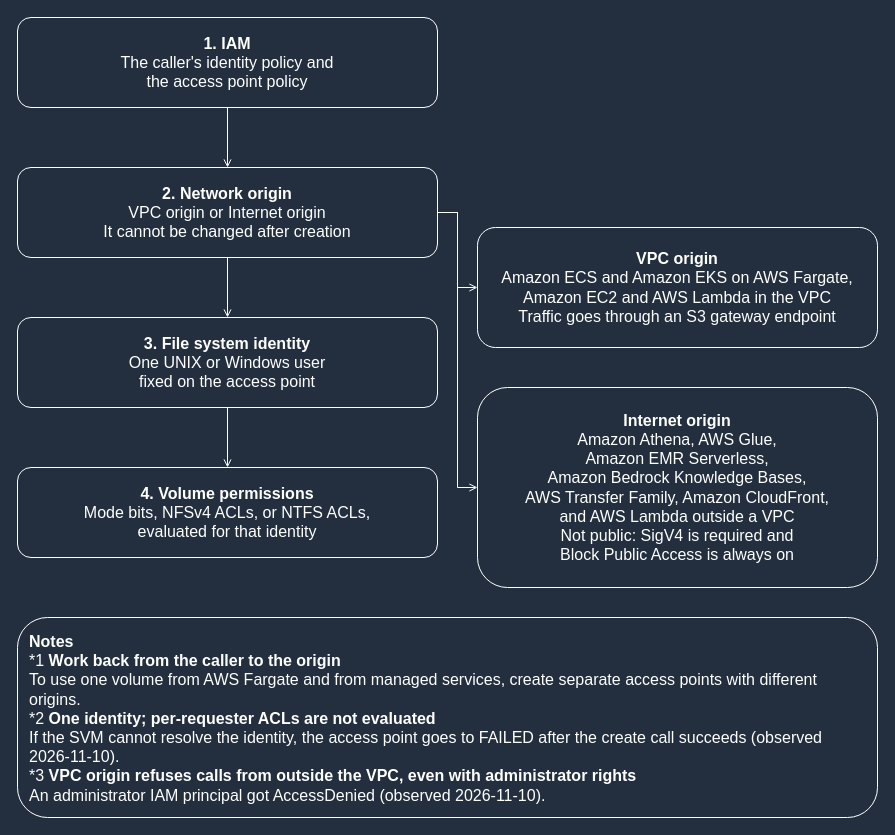
Before: docs/_assets/diagrams/s3ap-request-path-en-dark.drawio in Yoshiki0705/FSx-for-ONTAP-Container-Datastore-Patterns, a draw.io diagram. Source tidied: cells renumbered, new cells numbered last; positions are measured from the earlier drawing's top-left corner, leaving out a move shared by most shapes. Both pictures are drawn from the tidied source at 100%, with x=0, y=0 at pixel (17, 17).
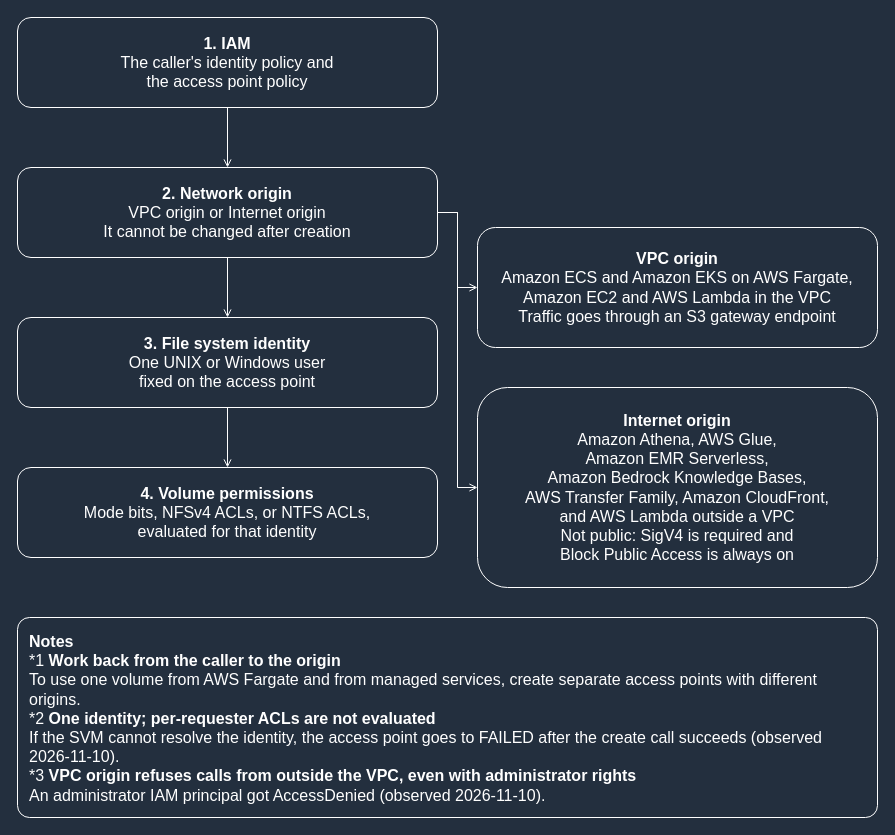
The same diagram, later.

Diff of the diagram source:
```diff
@@
 <mxGraphModel background="#232F3E">
   <root>
     <mxCell id="0" />
     <mxCell id="1" parent="0" />
     <mxCell id="2" style="edgeStyle=orthogonalEdgeStyle;rounded=0;html=1;endArrow=open;endFill=0;strokeColor=#FFFFFF;strokeWidth=1;fontSize=16;fontColor=#FFFFFF;labelBackgroundColor=#232F3E;exitX=0.5;exitY=1.0;exitDx=0;exitDy=0;entryX=0.5;entryY=0.0;entryDx=0;entryDy=0;" parent="1" edge="1" source="7" target="8">
       <mxGeometry relative="1" as="geometry" />
     </mxCell>
     <mxCell id="3" style="edgeStyle=orthogonalEdgeStyle;rounded=0;html=1;endArrow=open;endFill=0;strokeColor=#FFFFFF;strokeWidth=1;fontSize=16;fontColor=#FFFFFF;labelBackgroundColor=#232F3E;exitX=0.5;exitY=1.0;exitDx=0;exitDy=0;entryX=0.5;entryY=0.0;entryDx=0;entryDy=0;" parent="1" edge="1" source="8" target="9">
       <mxGeometry relative="1" as="geometry" />
     </mxCell>
     <mxCell id="4" style="edgeStyle=orthogonalEdgeStyle;rounded=0;html=1;endArrow=open;endFill=0;strokeColor=#FFFFFF;strokeWidth=1;fontSize=16;fontColor=#FFFFFF;labelBackgroundColor=#232F3E;exitX=0.5;exitY=1.0;exitDx=0;exitDy=0;entryX=0.5;entryY=0.0;entryDx=0;entryDy=0;" parent="1" edge="1" source="9" target="10">
       <mxGeometry relative="1" as="geometry" />
     </mxCell>
     <mxCell id="5" style="edgeStyle=orthogonalEdgeStyle;rounded=0;html=1;endArrow=open;endFill=0;strokeColor=#FFFFFF;strokeWidth=1;fontSize=16;fontColor=#FFFFFF;labelBackgroundColor=#232F3E;exitX=1.0;exitY=0.5;exitDx=0;exitDy=0;entryX=0.0;entryY=0.5;entryDx=0;entryDy=0;" parent="1" edge="1" source="8" target="11">
       <mxGeometry relative="1" as="geometry" />
     </mxCell>
     <mxCell id="6" style="edgeStyle=orthogonalEdgeStyle;rounded=0;html=1;endArrow=open;endFill=0;strokeColor=#FFFFFF;strokeWidth=1;fontSize=16;fontColor=#FFFFFF;labelBackgroundColor=#232F3E;exitX=1.0;exitY=0.5;exitDx=0;exitDy=0;entryX=0.0;entryY=0.5;entryDx=0;entryDy=0;" parent="1" edge="1" source="8" target="12">
       <mxGeometry relative="1" as="geometry" />
     </mxCell>
     <mxCell id="7" value="&lt;b&gt;1. IAM&lt;/b&gt;&lt;br&gt;The caller's identity policy and&lt;br&gt;the access point policy" style="rounded=1;whiteSpace=wrap;html=1;strokeColor=#FFFFFF;fillColor=none;fontColor=#FFFFFF;fontSize=16;verticalAlign=middle;align=center;" parent="1" vertex="1">
       <mxGeometry width="420" height="90" as="geometry" />
     </mxCell>
     <mxCell id="8" value="&lt;b&gt;2. Network origin&lt;/b&gt;&lt;br&gt;VPC origin or Internet origin&lt;br&gt;It cannot be changed after creation" style="rounded=1;whiteSpace=wrap;html=1;strokeColor=#FFFFFF;fillColor=none;fontColor=#FFFFFF;fontSize=16;verticalAlign=middle;align=center;" parent="1" vertex="1">
       <mxGeometry y="150" width="420" height="90" as="geometry" />
     </mxCell>
     <mxCell id="9" value="&lt;b&gt;3. File system identity&lt;/b&gt;&lt;br&gt;One UNIX or Windows user&lt;br&gt;fixed on the access point" style="rounded=1;whiteSpace=wrap;html=1;strokeColor=#FFFFFF;fillColor=none;fontColor=#FFFFFF;fontSize=16;verticalAlign=middle;align=center;" parent="1" vertex="1">
       <mxGeometry y="300" width="420" height="90" as="geometry" />
     </mxCell>
     <mxCell id="10" value="&lt;b&gt;4. Volume permissions&lt;/b&gt;&lt;br&gt;Mode bits, NFSv4 ACLs, or NTFS ACLs,&lt;br&gt;evaluated for that identity" style="rounded=1;whiteSpace=wrap;html=1;strokeColor=#FFFFFF;fillColor=none;fontColor=#FFFFFF;fontSize=16;verticalAlign=middle;align=center;" parent="1" vertex="1">
       <mxGeometry y="450" width="420" height="90" as="geometry" />
     </mxCell>
     <mxCell id="11" value="&lt;b&gt;VPC origin&lt;/b&gt;&lt;br&gt;Amazon ECS and Amazon EKS on AWS Fargate,&lt;br&gt;Amazon EC2 and AWS Lambda in the VPC&lt;br&gt;Traffic goes through an S3 gateway endpoint" style="rounded=1;whiteSpace=wrap;html=1;strokeColor=#FFFFFF;fillColor=none;fontColor=#FFFFFF;fontSize=16;verticalAlign=middle;align=center;" parent="1" vertex="1">
       <mxGeometry x="460" y="210" width="400" height="120" as="geometry" />
     </mxCell>
     <mxCell id="12" value="&lt;b&gt;Internet origin&lt;/b&gt;&lt;br&gt;Amazon Athena, AWS Glue,&lt;br&gt;Amazon EMR Serverless,&lt;br&gt;Amazon Bedrock Knowledge Bases,&lt;br&gt;AWS Transfer Family, Amazon CloudFront,&lt;br&gt;and AWS Lambda outside a VPC&lt;br&gt;Not public: SigV4 is required and&lt;br&gt;Block Public Access is always on" style="rounded=1;whiteSpace=wrap;html=1;strokeColor=#FFFFFF;fillColor=none;fontColor=#FFFFFF;fontSize=16;verticalAlign=middle;align=center;" parent="1" vertex="1">
       <mxGeometry x="460" y="370" width="400" height="200" as="geometry" />
     </mxCell>
-    <mxCell id="13" value="&lt;b&gt;Notes&lt;/b&gt;&lt;br&gt;*1 &lt;b&gt;Work back from the caller to the origin&lt;/b&gt;&lt;br&gt;To use one volume from AWS Fargate and from managed services, create separate access points with different origins.&lt;br&gt;*2 &lt;b&gt;One identity; per-requester ACLs are not evaluated&lt;/b&gt;&lt;br&gt;If the SVM cannot resolve the identity, the access point goes to FAILED after the create call succeeds (observed 2026-11-10).&lt;br&gt;*3 &lt;b&gt;VPC origin refuses calls from outside the VPC, even with administrator rights&lt;/b&gt;&lt;br&gt;An administrator IAM principal got AccessDenied (observed 2026-11-10)." style="rounded=1;whiteSpace=wrap;html=1;strokeColor=#FFFFFF;fillColor=none;fontColor=#FFFFFF;fontSize=16;verticalAlign=top;align=left;spacingLeft=10;spacingRight=10;spacingTop=8;" parent="1" vertex="1">
+    <mxCell id="13" value="&lt;b&gt;Notes&lt;/b&gt;&lt;br&gt;*1 &lt;b&gt;Work back from the caller to the origin&lt;/b&gt;&lt;br&gt;To use one volume from AWS Fargate and from managed services, create separate access points with different origins.&lt;br&gt;*2 &lt;b&gt;One identity; per-requester ACLs are not evaluated&lt;/b&gt;&lt;br&gt;If the SVM cannot resolve the identity, the access point goes to FAILED after the create call succeeds (observed 2026-11-10).&lt;br&gt;*3 &lt;b&gt;VPC origin refuses calls from outside the VPC, even with administrator rights&lt;/b&gt;&lt;br&gt;An administrator IAM principal got AccessDenied (observed 2026-11-10)." style="rounded=1;absoluteArcSize=1;arcSize=24;whiteSpace=wrap;html=1;strokeColor=#FFFFFF;fillColor=none;fontColor=#FFFFFF;fontSize=16;verticalAlign=top;align=left;spacingLeft=10;spacingRight=10;spacingTop=8;" parent="1" vertex="1">
       <mxGeometry y="600" width="860" height="200" as="geometry" />
     </mxCell>
   </root>
 </mxGraphModel>
```
